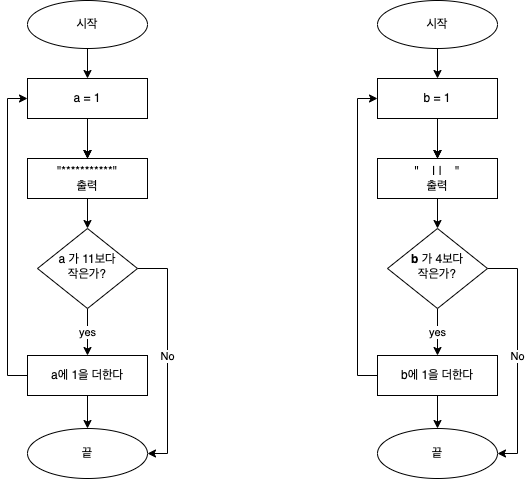
The draw.io diagram flowchart (makeIceCream) .png in yagom-academy/swift-starter-Round1, before a commit. Source tidied: cells renumbered, new cells last; positions are measured from the earlier drawing's top-left corner, leaving out a move shared by most shapes. Its diagram source:
```xml
<mxGraphModel>
  <root>
    <mxCell id="0" />
    <mxCell id="1" parent="0" />
    <mxCell id="2" value="yes" style="edgeStyle=orthogonalEdgeStyle;rounded=0;jettySize=auto;html=1;exitX=0.5;exitY=1;exitDx=0;exitDy=0;entryX=0.5;entryY=0;entryDx=0;entryDy=0;" parent="1" edge="1" source="4" target="13">
      <mxGeometry relative="1" as="geometry" />
    </mxCell>
    <mxCell id="3" value="No" style="edgeStyle=orthogonalEdgeStyle;rounded=0;jettySize=auto;html=1;entryX=1;entryY=0.5;entryDx=0;entryDy=0;" parent="1" edge="1" source="4" target="16">
      <mxGeometry relative="1" as="geometry">
        <Array as="points">
          <mxPoint x="160" y="268" />
          <mxPoint x="160" y="453" />
        </Array>
      </mxGeometry>
    </mxCell>
    <mxCell id="4" value="a 가 11보다&lt;br&gt;작은가?" style="rhombus;whiteSpace=wrap;html=1;shadow=0;fontFamily=Helvetica;fontSize=12;align=center;strokeWidth=1;spacing=6;spacingTop=-4;" parent="1" vertex="1">
      <mxGeometry x="30" y="228" width="100" height="80" as="geometry" />
    </mxCell>
    <mxCell id="5" style="edgeStyle=orthogonalEdgeStyle;rounded=0;jettySize=auto;html=1;entryX=0.5;entryY=0;entryDx=0;entryDy=0;" parent="1" edge="1" source="8" target="10">
      <mxGeometry relative="1" as="geometry" />
    </mxCell>
    <mxCell id="6" style="edgeStyle=orthogonalEdgeStyle;rounded=0;jettySize=auto;html=1;" parent="1" edge="1" source="8" target="10">
      <mxGeometry relative="1" as="geometry" />
    </mxCell>
    <mxCell id="7" style="edgeStyle=orthogonalEdgeStyle;rounded=0;jettySize=auto;html=1;" parent="1" edge="1" source="8" target="10">
      <mxGeometry relative="1" as="geometry" />
    </mxCell>
    <mxCell id="8" value="a = 1" style="rounded=0;whiteSpace=wrap;html=1;" parent="1" vertex="1">
      <mxGeometry x="20" y="78" width="120" height="40" as="geometry" />
    </mxCell>
    <mxCell id="9" style="edgeStyle=orthogonalEdgeStyle;rounded=0;jettySize=auto;html=1;" parent="1" edge="1" source="10" target="4">
      <mxGeometry relative="1" as="geometry" />
    </mxCell>
    <mxCell id="10" value="&quot;***********&quot;&lt;br&gt;출력" style="rounded=0;whiteSpace=wrap;html=1;shadow=0;" parent="1" vertex="1">
      <mxGeometry x="20" y="158" width="120" height="40" as="geometry" />
    </mxCell>
    <mxCell id="11" style="edgeStyle=orthogonalEdgeStyle;rounded=0;jettySize=auto;html=1;" parent="1" edge="1" source="13" target="16">
      <mxGeometry relative="1" as="geometry" />
    </mxCell>
    <mxCell id="12" style="edgeStyle=orthogonalEdgeStyle;rounded=0;jettySize=auto;html=1;entryX=0;entryY=0.5;entryDx=0;entryDy=0;" parent="1" edge="1" source="13" target="8">
      <mxGeometry relative="1" as="geometry">
        <Array as="points">
          <mxPoint y="375" />
          <mxPoint y="98" />
        </Array>
      </mxGeometry>
    </mxCell>
    <mxCell id="13" value="a에 1을 더한다" style="rounded=0;whiteSpace=wrap;html=1;shadow=0;" parent="1" vertex="1">
      <mxGeometry x="20" y="355" width="120" height="40" as="geometry" />
    </mxCell>
    <mxCell id="14" style="edgeStyle=orthogonalEdgeStyle;rounded=0;jettySize=auto;html=1;" parent="1" edge="1" source="15" target="8">
      <mxGeometry relative="1" as="geometry" />
    </mxCell>
    <mxCell id="15" value="시작" style="ellipse;whiteSpace=wrap;html=1;rounded=0;shadow=0;" parent="1" vertex="1">
      <mxGeometry x="20" width="120" height="48" as="geometry" />
    </mxCell>
    <mxCell id="16" value="끝" style="ellipse;whiteSpace=wrap;html=1;rounded=0;shadow=0;" parent="1" vertex="1">
      <mxGeometry x="20" y="428" width="120" height="50" as="geometry" />
    </mxCell>
    <mxCell id="17" value="yes" style="edgeStyle=orthogonalEdgeStyle;rounded=0;jettySize=auto;html=1;exitX=0.5;exitY=1;exitDx=0;exitDy=0;entryX=0.5;entryY=0;entryDx=0;entryDy=0;" parent="1" edge="1" source="19" target="28">
      <mxGeometry relative="1" as="geometry" />
    </mxCell>
    <mxCell id="18" value="No" style="edgeStyle=orthogonalEdgeStyle;rounded=0;jettySize=auto;html=1;entryX=1;entryY=0.5;entryDx=0;entryDy=0;" parent="1" edge="1" source="19" target="31">
      <mxGeometry relative="1" as="geometry">
        <Array as="points">
          <mxPoint x="510" y="268" />
          <mxPoint x="510" y="453" />
        </Array>
      </mxGeometry>
    </mxCell>
    <mxCell id="19" value="&lt;b&gt;b&lt;/b&gt; 가 4보다&lt;br&gt;작은가?" style="rhombus;whiteSpace=wrap;html=1;shadow=0;fontFamily=Helvetica;fontSize=12;align=center;strokeWidth=1;spacing=6;spacingTop=-4;" parent="1" vertex="1">
      <mxGeometry x="380" y="228" width="100" height="80" as="geometry" />
    </mxCell>
    <mxCell id="20" style="edgeStyle=orthogonalEdgeStyle;rounded=0;jettySize=auto;html=1;entryX=0.5;entryY=0;entryDx=0;entryDy=0;" parent="1" edge="1" source="23" target="25">
      <mxGeometry relative="1" as="geometry" />
    </mxCell>
    <mxCell id="21" style="edgeStyle=orthogonalEdgeStyle;rounded=0;jettySize=auto;html=1;" parent="1" edge="1" source="23" target="25">
      <mxGeometry relative="1" as="geometry" />
    </mxCell>
    <mxCell id="22" style="edgeStyle=orthogonalEdgeStyle;rounded=0;jettySize=auto;html=1;" parent="1" edge="1" source="23" target="25">
      <mxGeometry relative="1" as="geometry" />
    </mxCell>
    <mxCell id="23" value="b = 1" style="rounded=0;whiteSpace=wrap;html=1;" parent="1" vertex="1">
      <mxGeometry x="370" y="78" width="120" height="40" as="geometry" />
    </mxCell>
    <mxCell id="24" style="edgeStyle=orthogonalEdgeStyle;rounded=0;jettySize=auto;html=1;" parent="1" edge="1" source="25" target="19">
      <mxGeometry relative="1" as="geometry" />
    </mxCell>
    <mxCell id="25" value="&quot;&amp;nbsp; &amp;nbsp; | |&amp;nbsp; &amp;nbsp; &quot;&lt;br&gt;출력" style="rounded=0;whiteSpace=wrap;html=1;shadow=0;" parent="1" vertex="1">
      <mxGeometry x="370" y="158" width="120" height="40" as="geometry" />
    </mxCell>
    <mxCell id="26" style="edgeStyle=orthogonalEdgeStyle;rounded=0;jettySize=auto;html=1;" parent="1" edge="1" source="28" target="31">
      <mxGeometry relative="1" as="geometry" />
    </mxCell>
    <mxCell id="27" style="edgeStyle=orthogonalEdgeStyle;rounded=0;jettySize=auto;html=1;entryX=0;entryY=0.5;entryDx=0;entryDy=0;" parent="1" edge="1" source="28" target="23">
      <mxGeometry relative="1" as="geometry">
        <Array as="points">
          <mxPoint x="350" y="375" />
          <mxPoint x="350" y="98" />
        </Array>
      </mxGeometry>
    </mxCell>
    <mxCell id="28" value="b에 1을 더한다" style="rounded=0;whiteSpace=wrap;html=1;shadow=0;" parent="1" vertex="1">
      <mxGeometry x="370" y="355" width="120" height="40" as="geometry" />
    </mxCell>
    <mxCell id="29" style="edgeStyle=orthogonalEdgeStyle;rounded=0;jettySize=auto;html=1;" parent="1" edge="1" source="30" target="23">
      <mxGeometry relative="1" as="geometry" />
    </mxCell>
    <mxCell id="30" value="시작" style="ellipse;whiteSpace=wrap;html=1;rounded=0;shadow=0;" parent="1" vertex="1">
      <mxGeometry x="370" width="120" height="48" as="geometry" />
    </mxCell>
    <mxCell id="31" value="끝" style="ellipse;whiteSpace=wrap;html=1;rounded=0;shadow=0;" parent="1" vertex="1">
      <mxGeometry x="370" y="428" width="120" height="50" as="geometry" />
    </mxCell>
  </root>
</mxGraphModel>
```
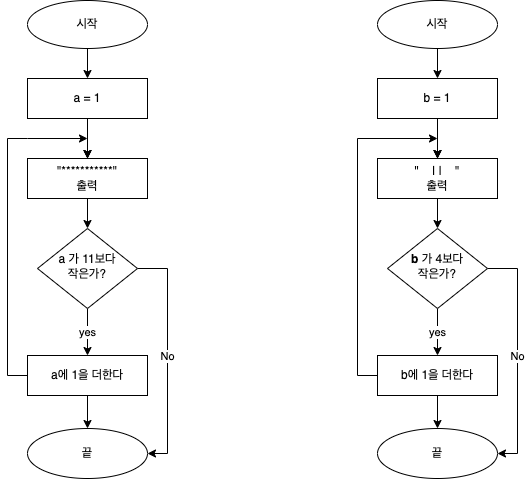
Above is the later version.

Commit message:
flow chart 수정

Change to the diagram source:
```diff
@@ -37,11 +37,13 @@
     <mxCell id="11" style="edgeStyle=orthogonalEdgeStyle;rounded=0;jettySize=auto;html=1;" parent="1" edge="1" source="13" target="16">
       <mxGeometry relative="1" as="geometry" />
     </mxCell>
-    <mxCell id="12" style="edgeStyle=orthogonalEdgeStyle;rounded=0;jettySize=auto;html=1;entryX=0;entryY=0.5;entryDx=0;entryDy=0;" parent="1" edge="1" source="13" target="8">
+    <mxCell id="12" style="edgeStyle=orthogonalEdgeStyle;rounded=0;jettySize=auto;html=1;" parent="1" edge="1" source="13">
       <mxGeometry relative="1" as="geometry">
+        <mxPoint x="80" y="138" as="targetPoint" />
         <Array as="points">
           <mxPoint y="375" />
-          <mxPoint y="98" />
+          <mxPoint y="138" />
+          <mxPoint x="20" y="138" />
         </Array>
       </mxGeometry>
     </mxCell>
@@ -92,11 +94,12 @@
     <mxCell id="26" style="edgeStyle=orthogonalEdgeStyle;rounded=0;jettySize=auto;html=1;" parent="1" edge="1" source="28" target="31">
       <mxGeometry relative="1" as="geometry" />
     </mxCell>
-    <mxCell id="27" style="edgeStyle=orthogonalEdgeStyle;rounded=0;jettySize=auto;html=1;entryX=0;entryY=0.5;entryDx=0;entryDy=0;" parent="1" edge="1" source="28" target="23">
+    <mxCell id="27" style="edgeStyle=orthogonalEdgeStyle;rounded=0;jettySize=auto;html=1;" parent="1" edge="1" source="28">
       <mxGeometry relative="1" as="geometry">
+        <mxPoint x="430" y="138" as="targetPoint" />
         <Array as="points">
           <mxPoint x="350" y="375" />
-          <mxPoint x="350" y="98" />
+          <mxPoint x="350" y="138" />
         </Array>
       </mxGeometry>
     </mxCell>
```
